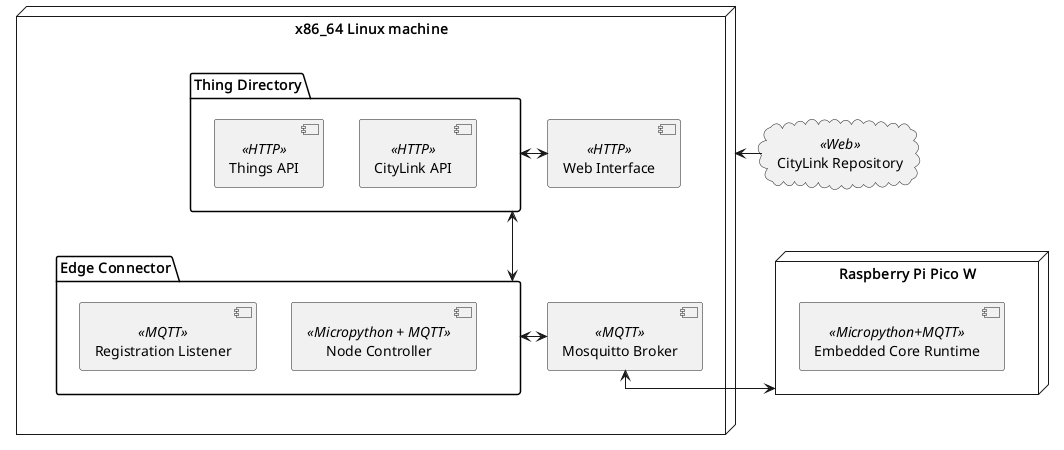
les2feup/CityLink keeps this PlantUML diagram as uml/Component/deployment.png. Above is the earlier version.
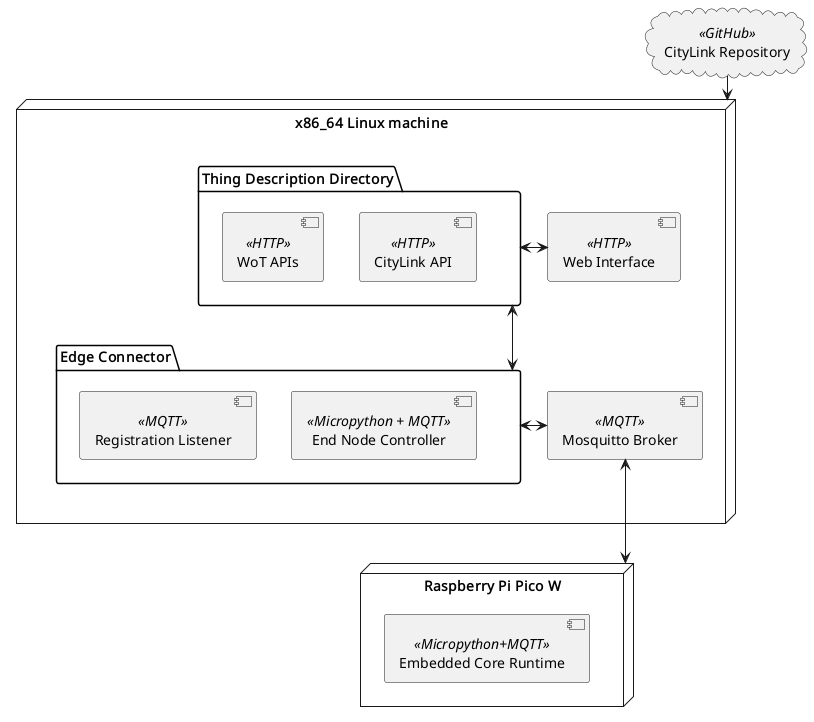
After the commit.

Diff of the diagram source:
```diff
@@ -2,16 +2,16 @@
 hide empty members
 skinparam linetype ortho
 
-cloud "CityLink Repository" as git << Web >>
+cloud "CityLink Repository" as git << GitHub >>
 
 node "x86_64 Linux machine" as pc {
     package "Edge Connector" as con {
         component "Registration Listener" as regl <<MQTT>>
-        component "Node Controller" as nctrl <<Micropython + MQTT>>
+        component "End Node Controller" as nctrl <<Micropython + MQTT>>
     }
 
-    package "Thing Directory" as thingD {
-        component "Things API" as WoTApi << HTTP >>
+    package "Thing Description Directory" as thingD {
+        component "WoT APIs" as WoTApi << HTTP >>
         component "CityLink API" as clApi << HTTP >>
     }
 
@@ -27,7 +27,7 @@
     component "Embedded Core Runtime" as rt << Micropython+MQTT>>
 }
 
-pc <-r-- git
-broker <-r--> pico
+pc <-u- git
+broker <-d-> pico
 
 @enduml
```
